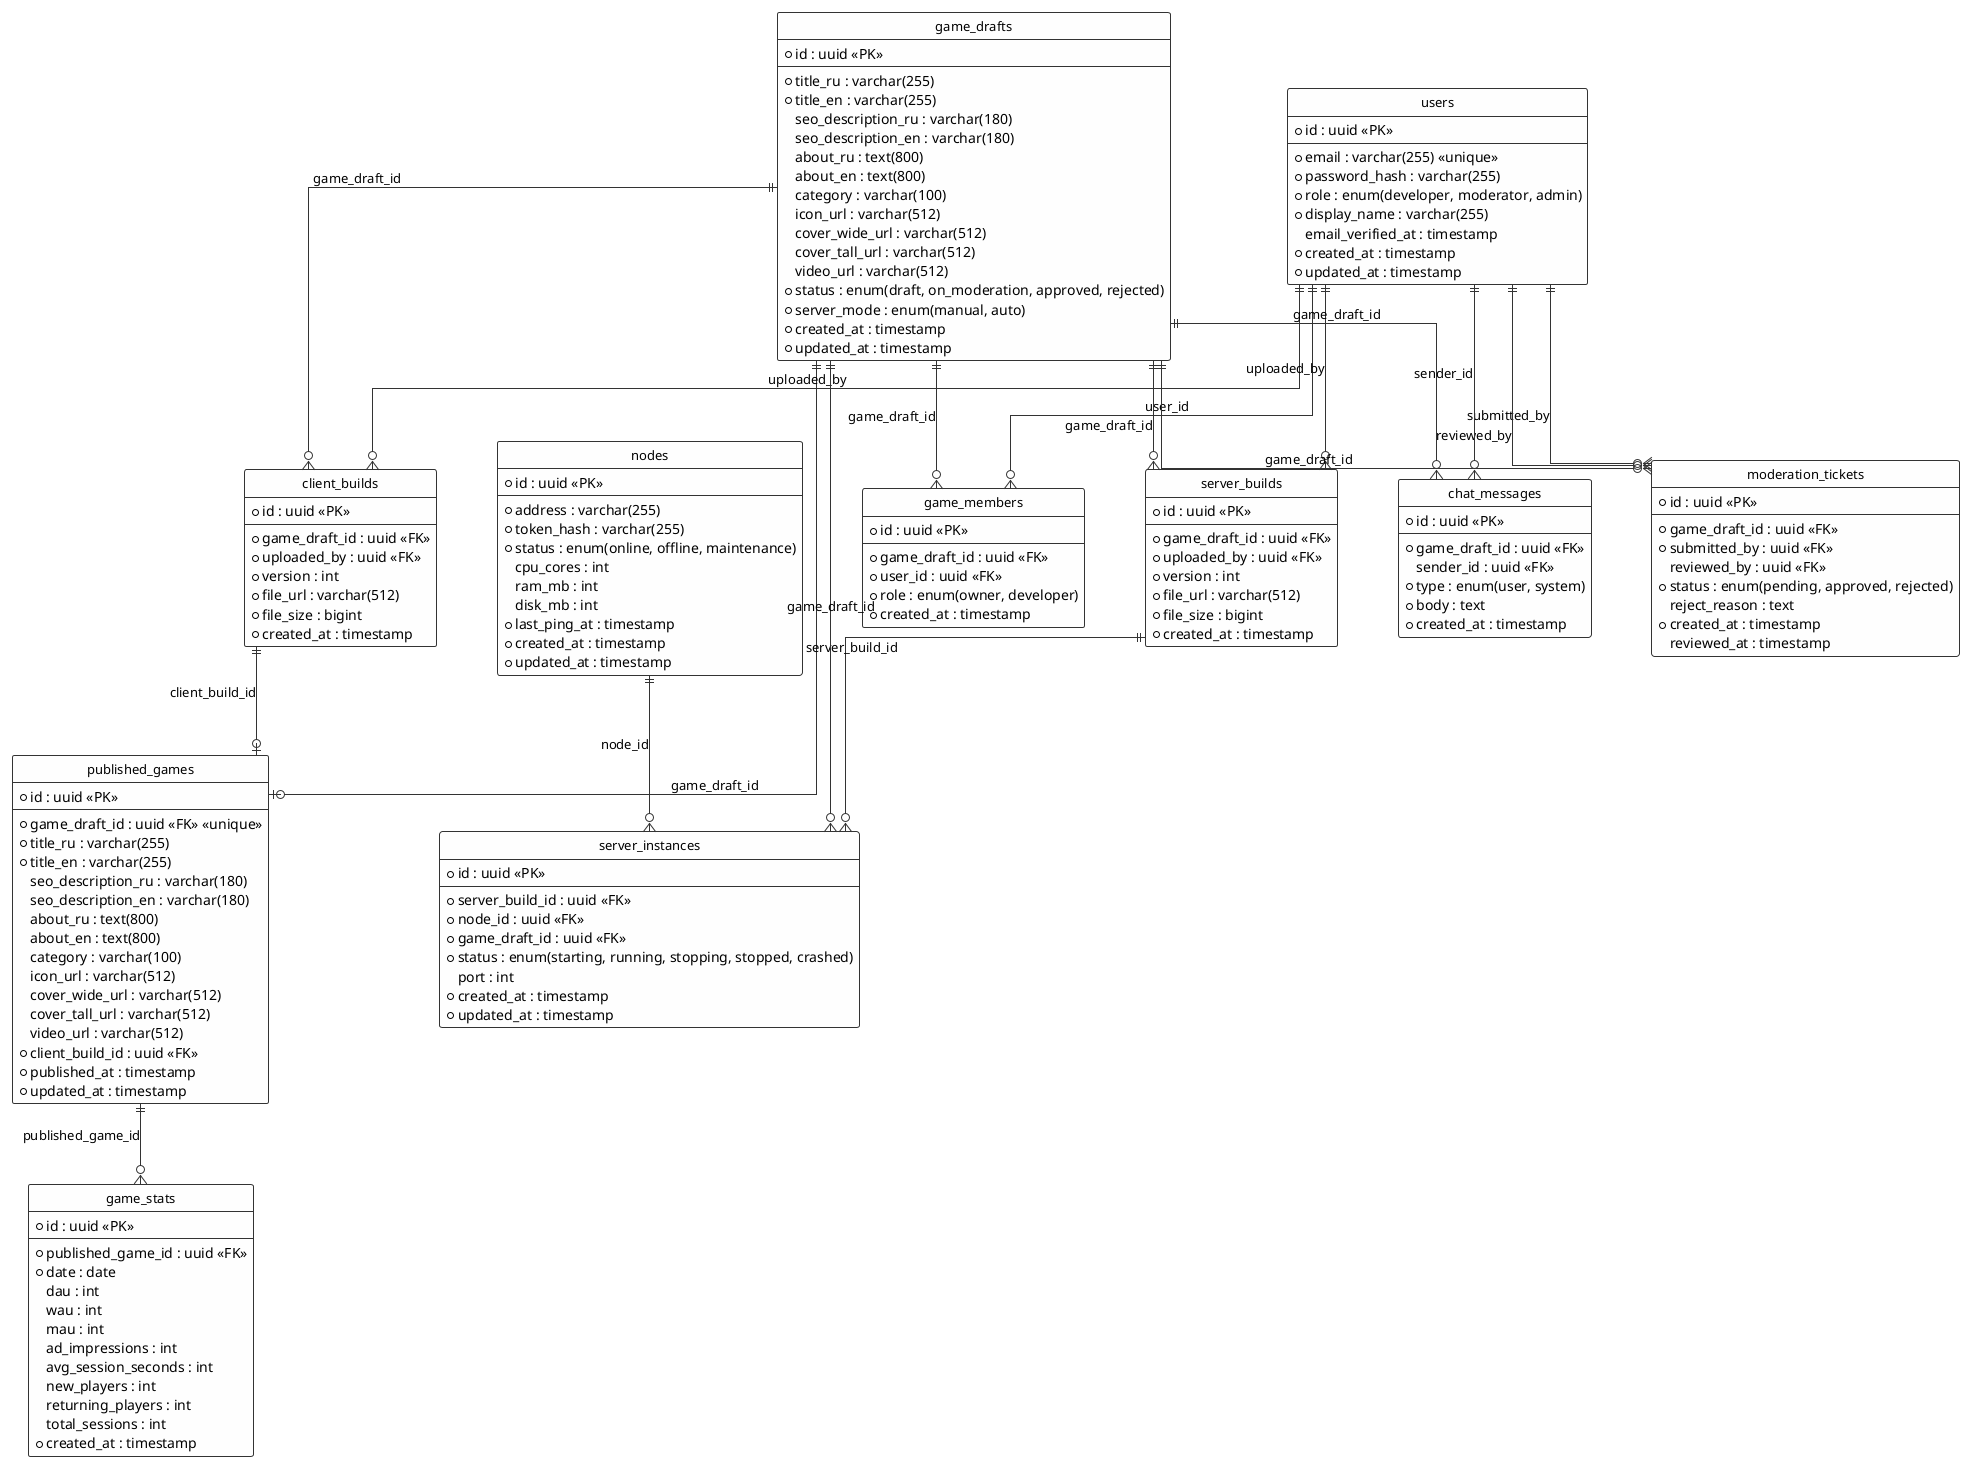
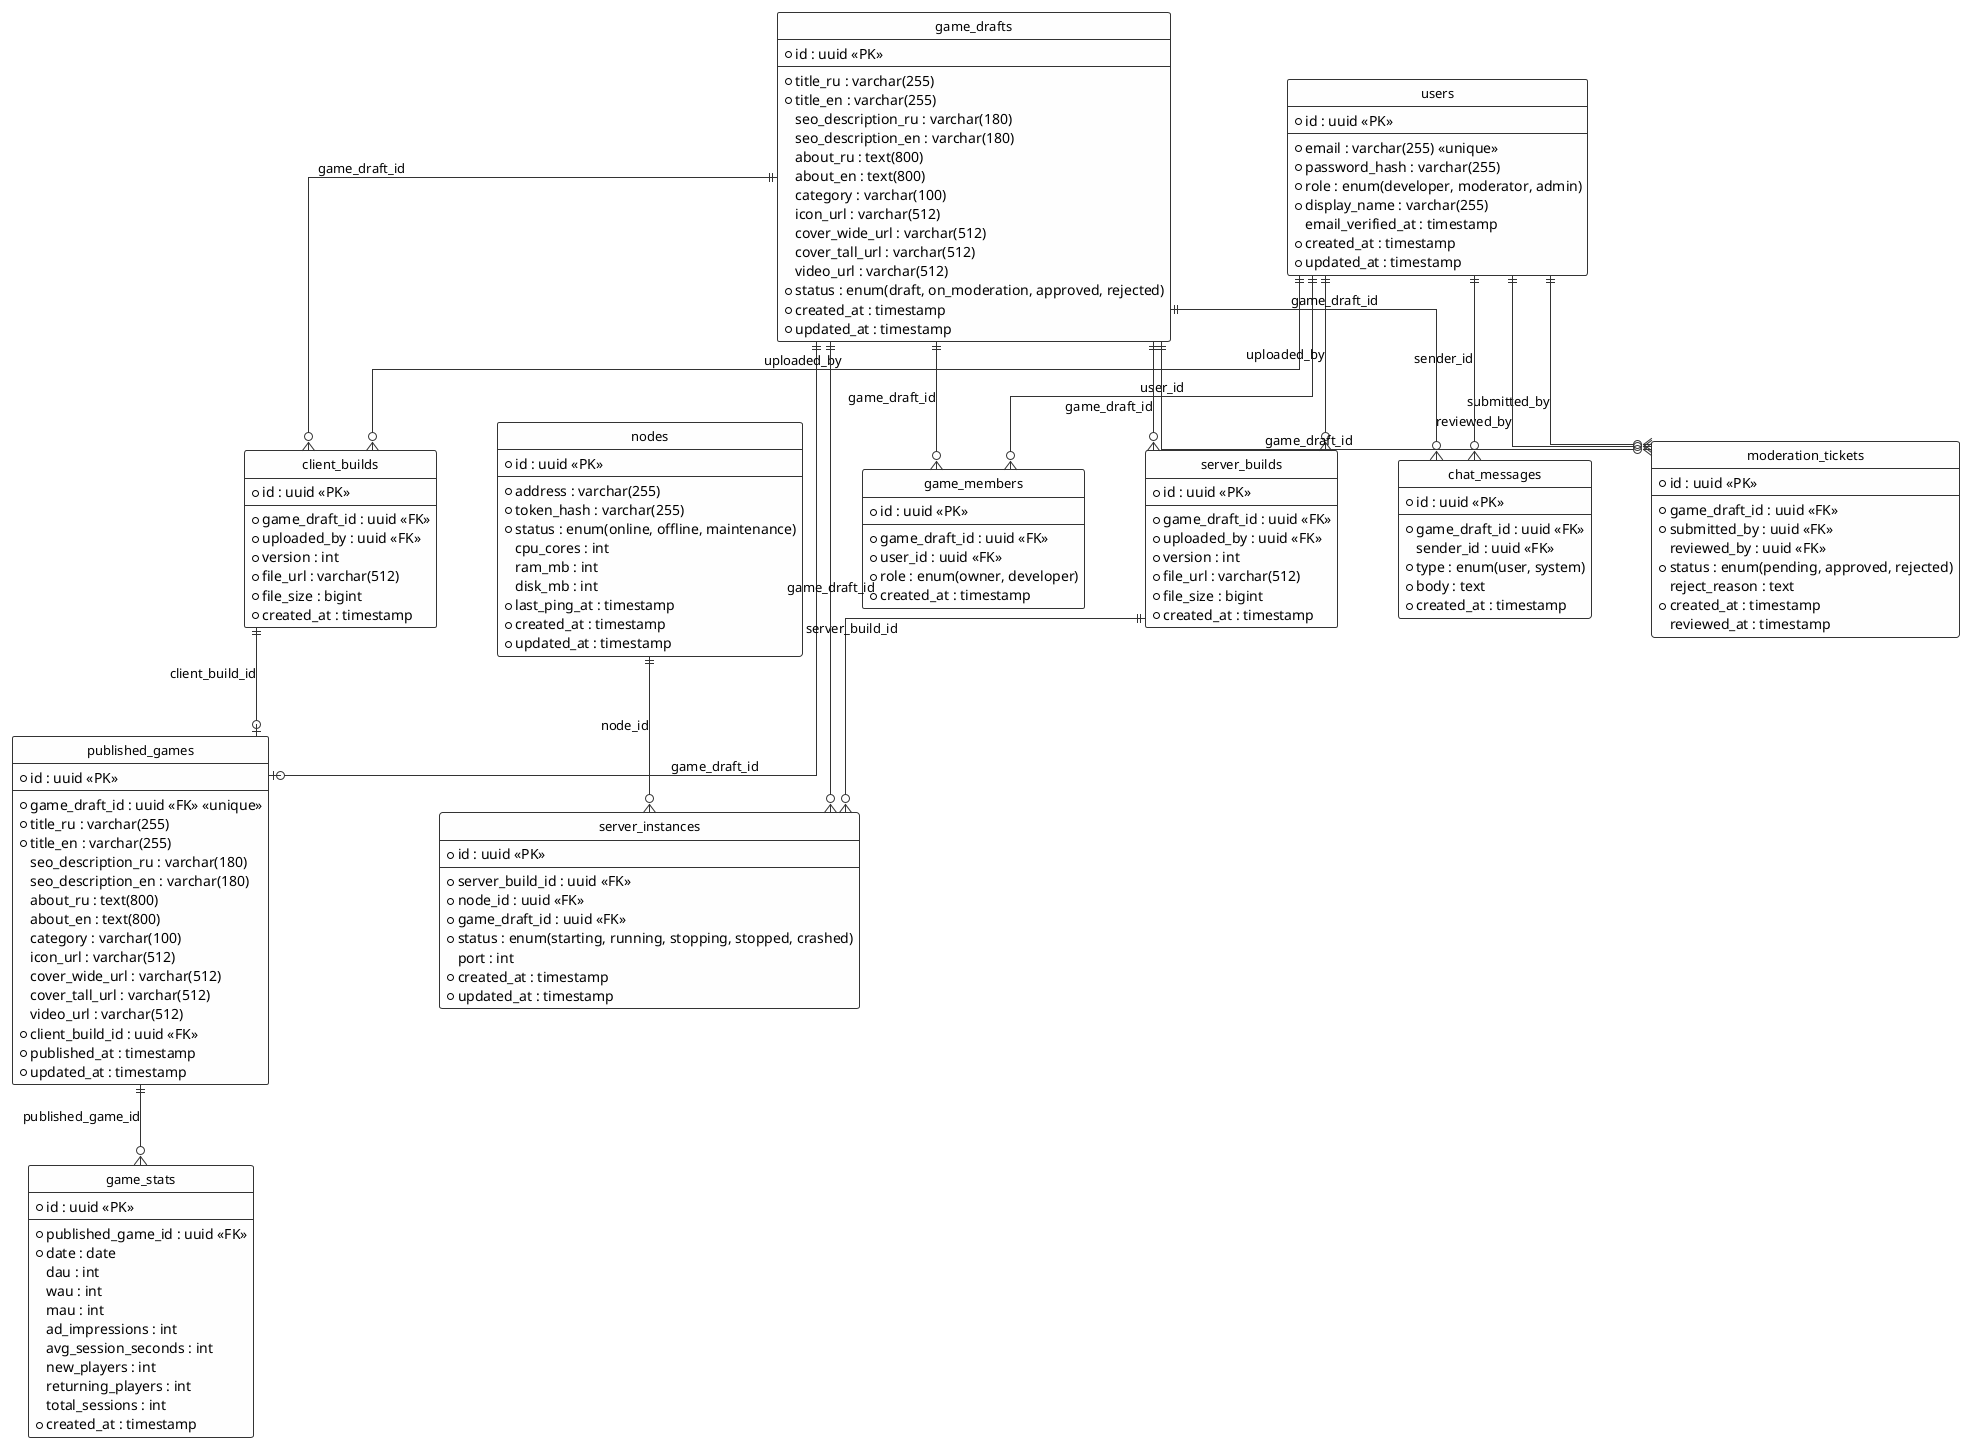
@startuml ER_DevCenter

!theme plain
skinparam linetype ortho
skinparam nodesep 60
skinparam ranksep 80

hide circle
skinparam class {
  BackgroundColor #FEFEFE
  BorderColor #333333
  ArrowColor #333333
  FontSize 13
}

' ═══════════════════════════════
'  ПОЛЬЗОВАТЕЛИ
' ═══════════════════════════════

entity "users" as users {
  * id : uuid <<PK>>
  --
  * email : varchar(255) <<unique>>
  * password_hash : varchar(255)
  * role : enum(developer, moderator, admin)
  * display_name : varchar(255)
  email_verified_at : timestamp
  * created_at : timestamp
  * updated_at : timestamp
}

' ═══════════════════════════════
'  ЧЕРНОВИКИ ИГР
' ═══════════════════════════════

entity "game_drafts" as drafts {
  * id : uuid <<PK>>
  --
  * title_ru : varchar(255)
  * title_en : varchar(255)
  seo_description_ru : varchar(180)
  seo_description_en : varchar(180)
  about_ru : text(800)
  about_en : text(800)
  category : varchar(100)
  icon_url : varchar(512)
  cover_wide_url : varchar(512)
  cover_tall_url : varchar(512)
  video_url : varchar(512)
  * status : enum(draft, on_moderation, approved, rejected)
-   * server_mode : enum(manual, auto)
  * created_at : timestamp
  * updated_at : timestamp
}

' ═══════════════════════════════
'  ОПУБЛИКОВАННЫЕ ИГРЫ
' ═══════════════════════════════

entity "published_games" as published {
  * id : uuid <<PK>>
  --
  * game_draft_id : uuid <<FK>> <<unique>>
  * title_ru : varchar(255)
  * title_en : varchar(255)
  seo_description_ru : varchar(180)
  seo_description_en : varchar(180)
  about_ru : text(800)
  about_en : text(800)
  category : varchar(100)
  icon_url : varchar(512)
  cover_wide_url : varchar(512)
  cover_tall_url : varchar(512)
  video_url : varchar(512)
  * client_build_id : uuid <<FK>>
  * published_at : timestamp
  * updated_at : timestamp
}

' ═══════════════════════════════
'  УЧАСТНИКИ ПРОЕКТА
' ═══════════════════════════════

entity "game_members" as members {
  * id : uuid <<PK>>
  --
  * game_draft_id : uuid <<FK>>
  * user_id : uuid <<FK>>
  * role : enum(owner, developer)
  * created_at : timestamp
}

' ═══════════════════════════════
'  КЛИЕНТСКИЕ БИЛДЫ
' ═══════════════════════════════

entity "client_builds" as cbuilds {
  * id : uuid <<PK>>
  --
  * game_draft_id : uuid <<FK>>
  * uploaded_by : uuid <<FK>>
  * version : int
  * file_url : varchar(512)
  * file_size : bigint
  * created_at : timestamp
}

' ═══════════════════════════════
'  СЕРВЕРНЫЕ БИЛДЫ
' ═══════════════════════════════

entity "server_builds" as sbuilds {
  * id : uuid <<PK>>
  --
  * game_draft_id : uuid <<FK>>
  * uploaded_by : uuid <<FK>>
  * version : int
  * file_url : varchar(512)
  * file_size : bigint
  * created_at : timestamp
}

' ═══════════════════════════════
'  ТИКЕТЫ МОДЕРАЦИИ
' ═══════════════════════════════

entity "moderation_tickets" as tickets {
  * id : uuid <<PK>>
  --
  * game_draft_id : uuid <<FK>>
  * submitted_by : uuid <<FK>>
  reviewed_by : uuid <<FK>>
  * status : enum(pending, approved, rejected)
  reject_reason : text
  * created_at : timestamp
  reviewed_at : timestamp
}

' ═══════════════════════════════
'  ЧАТ
' ═══════════════════════════════

entity "chat_messages" as chat {
  * id : uuid <<PK>>
  --
  * game_draft_id : uuid <<FK>>
  sender_id : uuid <<FK>>
  * type : enum(user, system)
  * body : text
  * created_at : timestamp
}

' ═══════════════════════════════
'  ВЫЧИСЛИТЕЛЬНЫЕ УЗЛЫ
' ═══════════════════════════════

entity "nodes" as nodes {
  * id : uuid <<PK>>
  --
  * address : varchar(255)
  * token_hash : varchar(255)
  * status : enum(online, offline, maintenance)
  cpu_cores : int
  ram_mb : int
  disk_mb : int
  * last_ping_at : timestamp
  * created_at : timestamp
  * updated_at : timestamp
}

' ═══════════════════════════════
'  ЭКЗЕМПЛЯРЫ СЕРВЕРОВ
' ═══════════════════════════════

entity "server_instances" as instances {
  * id : uuid <<PK>>
  --
  * server_build_id : uuid <<FK>>
  * node_id : uuid <<FK>>
  * game_draft_id : uuid <<FK>>
  * status : enum(starting, running, stopping, stopped, crashed)
  port : int
  * created_at : timestamp
  * updated_at : timestamp
}

' ═══════════════════════════════
'  АНАЛИТИКА (СУТОЧНЫЕ СНИМКИ)
' ═══════════════════════════════

entity "game_stats" as stats {
  * id : uuid <<PK>>
  --
  * published_game_id : uuid <<FK>>
  * date : date
  dau : int
  wau : int
  mau : int
  ad_impressions : int
  avg_session_seconds : int
  new_players : int
  returning_players : int
  total_sessions : int
  * created_at : timestamp
}

' ═══════════════════════════════
'  СВЯЗИ
' ═══════════════════════════════

' --- Участники проекта ---
users ||--o{ members : "user_id"
drafts ||--o{ members : "game_draft_id"

' --- Публикация ---
drafts ||--o| published : "game_draft_id"

' --- Билды ---
drafts ||--o{ cbuilds : "game_draft_id"
users ||--o{ cbuilds : "uploaded_by"

drafts ||--o{ sbuilds : "game_draft_id"
users ||--o{ sbuilds : "uploaded_by"

' --- Опубликованная игра ссылается на конкретный клиентский билд ---
cbuilds ||--o| published : "client_build_id"

' --- Модерация ---
drafts ||--o{ tickets : "game_draft_id"
users ||--o{ tickets : "submitted_by"
users ||--o{ tickets : "reviewed_by"

' --- Чат ---
drafts ||--o{ chat : "game_draft_id"
users ||--o{ chat : "sender_id"

' --- Серверная инфраструктура ---
sbuilds ||--o{ instances : "server_build_id"
nodes ||--o{ instances : "node_id"
drafts ||--o{ instances : "game_draft_id"

' --- Аналитика ---
published ||--o{ stats : "published_game_id"

@enduml